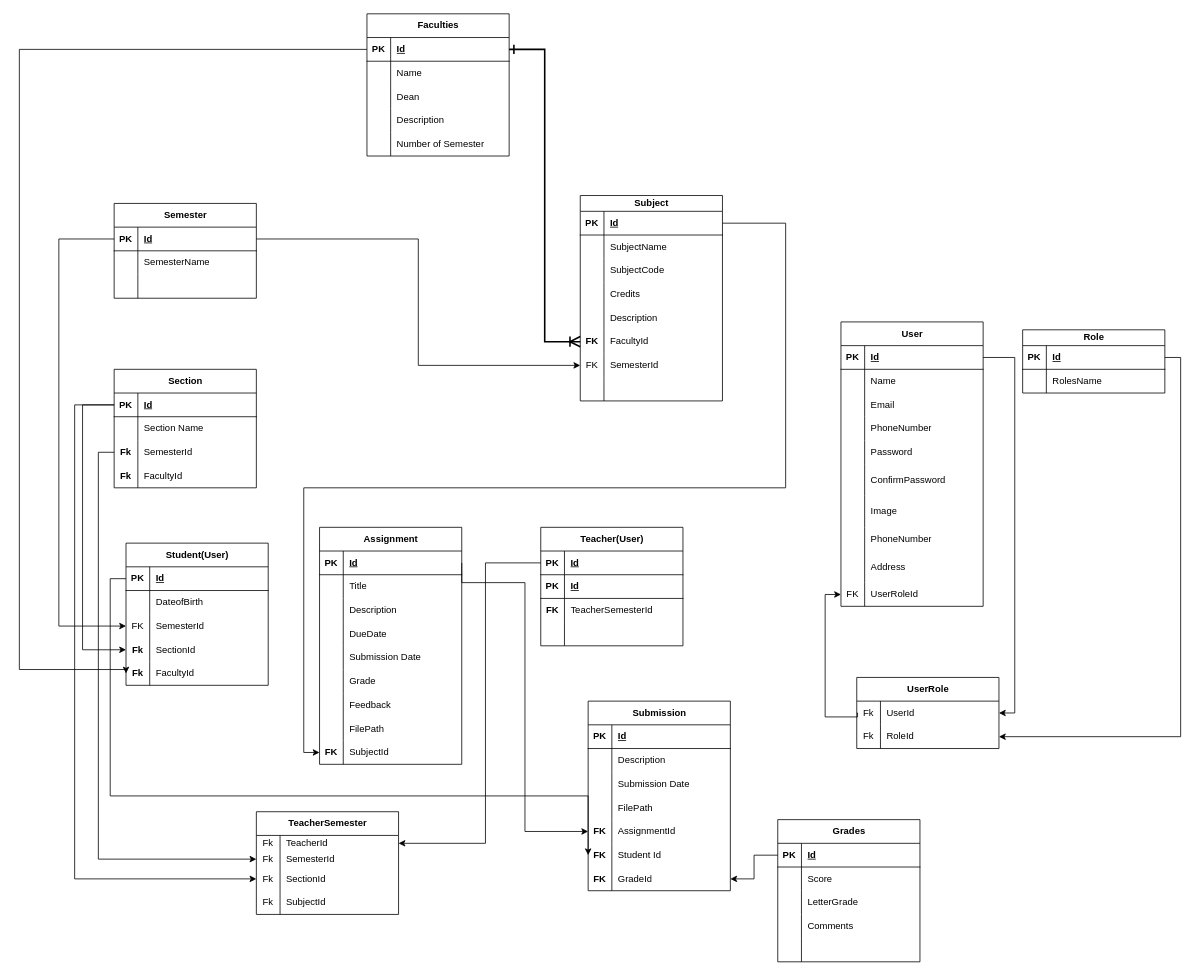
The draw.io diagram Untitled Diagram.drawio in Prakriti4/DotNetMVC, before the edit. Source tidied: cells renumbered, new cells numbered last; positions are measured from the earlier drawing's top-left corner, leaving out a move shared by most shapes. Both pictures are drawn from the tidied source at 79%, with x=0, y=0 at pixel (19, 13).
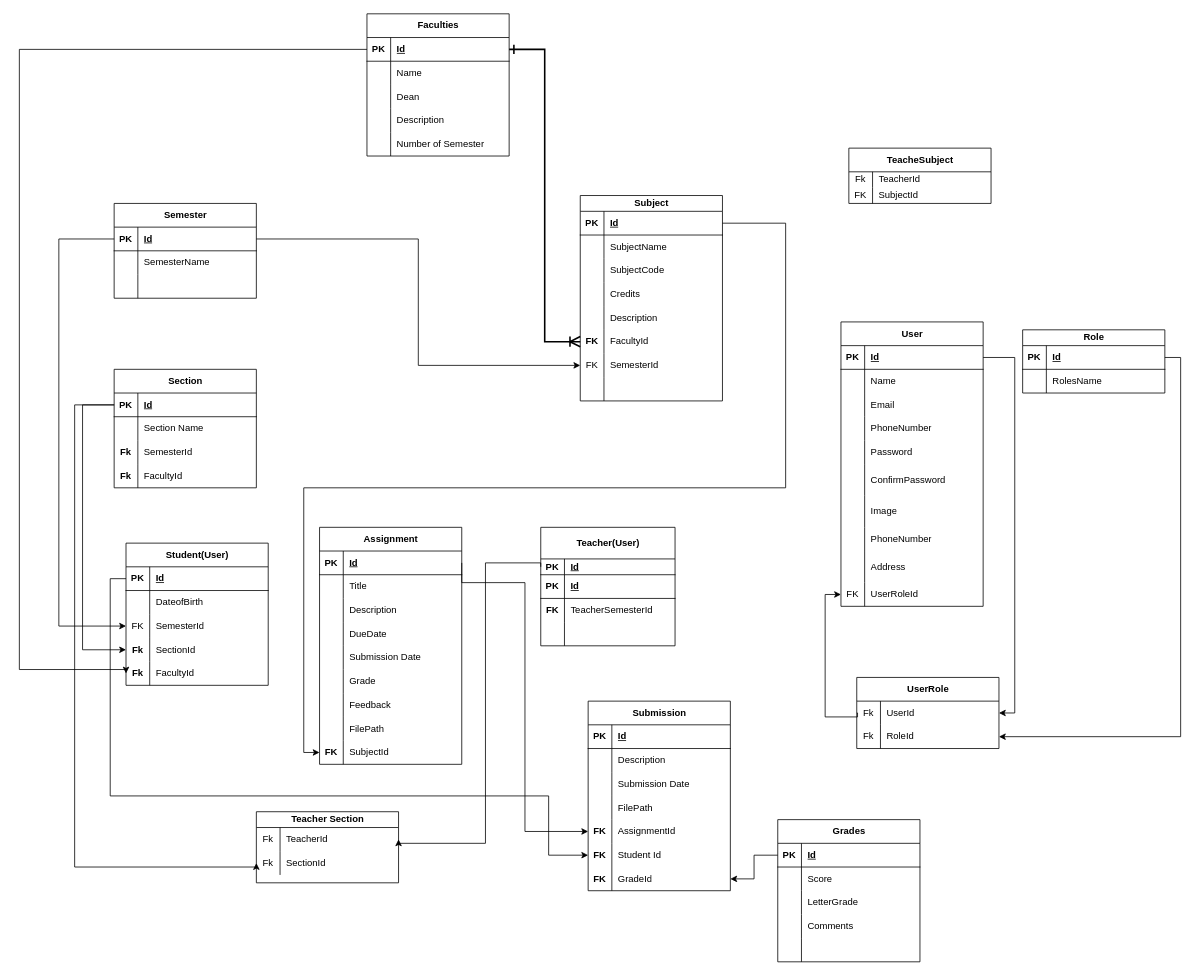
The same diagram, later.

Unchanged cells that the change refers to:
```xml
<mxCell id="44" style="shape=tableRow;horizontal=0;startSize=0;swimlaneHead=0;swimlaneBody=0;fillColor=none;points=[[0,0.5],[1,0.5]];portConstraint=eastwest;top=0;left=0;right=0;bottom=1;" parent="43" vertex="1">
  <mxGeometry y="30" width="180" height="30" as="geometry" />
</mxCell>
<mxCell id="86" style="shape=tableRow;horizontal=0;startSize=0;swimlaneHead=0;swimlaneBody=0;fillColor=none;points=[[0,0.5],[1,0.5]];portConstraint=eastwest;top=0;left=0;right=0;bottom=1;" parent="85" vertex="1">
  <mxGeometry y="30" width="180" height="30" as="geometry" />
</mxCell>
<mxCell id="92" style="shape=tableRow;horizontal=0;startSize=0;swimlaneHead=0;swimlaneBody=0;fillColor=none;points=[[0,0.5],[1,0.5]];portConstraint=eastwest;top=0;left=0;right=0;bottom=0;" parent="85" vertex="1">
  <mxGeometry y="90" width="180" height="30" as="geometry" />
</mxCell>
<mxCell id="209" style="shape=tableRow;horizontal=0;startSize=0;swimlaneHead=0;swimlaneBody=0;fillColor=none;points=[[0,0.5],[1,0.5]];portConstraint=eastwest;top=0;left=0;right=0;bottom=0;" parent="193" vertex="1">
  <mxGeometry y="180" width="180" height="30" as="geometry" />
</mxCell>
```

What changed in the source:
```diff
@@
-    <mxCell id="30" value="Teacher(User)" style="shape=table;startSize=30;childLayout=tableLayout;rowLines=0;fontStyle=1;align=center;html=1;" parent="1" vertex="1">
-      <mxGeometry x="660" y="650" width="180" height="150" as="geometry" />
+    <mxCell id="30" value="Teacher(User)" style="shape=table;startSize=40;childLayout=tableLayout;rowLines=0;fontStyle=1;align=center;html=1;" parent="1" vertex="1">
+      <mxGeometry x="660" y="650" width="170" height="150" as="geometry" />
     </mxCell>
     <mxCell id="31" style="shape=tableRow;horizontal=0;startSize=0;swimlaneHead=0;swimlaneBody=0;fillColor=none;points=[[0,0.5],[1,0.5]];portConstraint=eastwest;top=0;left=0;right=0;bottom=1;" parent="30" vertex="1">
-      <mxGeometry y="30" width="180" height="30" as="geometry" />
+      <mxGeometry y="40" width="170" height="20" as="geometry" />
     </mxCell>
     <mxCell id="32" value="PK" style="shape=partialRectangle;fillColor=none;top=0;left=0;bottom=0;right=0;fontStyle=1;overflow=hidden;whiteSpace=wrap;html=1;" parent="31" vertex="1">
-      <mxGeometry width="30" height="30" as="geometry" />
+      <mxGeometry width="30" height="20" as="geometry" />
     </mxCell>
     <mxCell id="33" value="Id" style="shape=partialRectangle;fillColor=none;top=0;left=0;bottom=0;right=0;align=left;spacingLeft=6;fontStyle=5;overflow=hidden;whiteSpace=wrap;html=1;" parent="31" vertex="1">
-      <mxGeometry x="30" width="150" height="30" as="geometry" />
+      <mxGeometry x="30" width="140" height="20" as="geometry" />
     </mxCell>
     <mxCell id="34" style="shape=tableRow;horizontal=0;startSize=0;swimlaneHead=0;swimlaneBody=0;fillColor=none;top=0;left=0;right=0;bottom=1;" parent="30" vertex="1">
-      <mxGeometry y="60" width="180" height="30" as="geometry" />
+      <mxGeometry y="60" width="170" height="30" as="geometry" />
     </mxCell>
@@
     <mxCell id="36" value="Id" style="shape=partialRectangle;fillColor=none;top=0;left=0;bottom=0;right=0;align=left;spacingLeft=6;fontStyle=5;overflow=hidden;whiteSpace=wrap;html=1;" parent="34" vertex="1">
-      <mxGeometry x="30" width="150" height="30" as="geometry" />
+      <mxGeometry x="30" width="140" height="30" as="geometry" />
     </mxCell>
     <mxCell id="37" style="shape=tableRow;horizontal=0;startSize=0;swimlaneHead=0;swimlaneBody=0;fillColor=none;top=0;left=0;right=0;bottom=0;" parent="30" vertex="1">
-      <mxGeometry y="90" width="180" height="30" as="geometry" />
+      <mxGeometry y="90" width="170" height="30" as="geometry" />
     </mxCell>
@@
     <mxCell id="39" value="TeacherSemesterId" style="shape=partialRectangle;fillColor=none;top=0;left=0;bottom=0;right=0;align=left;spacingLeft=6;overflow=hidden;whiteSpace=wrap;html=1;" parent="37" vertex="1">
-      <mxGeometry x="30" width="150" height="30" as="geometry" />
+      <mxGeometry x="30" width="140" height="30" as="geometry" />
     </mxCell>
     <mxCell id="40" style="shape=tableRow;horizontal=0;startSize=0;swimlaneHead=0;swimlaneBody=0;fillColor=none;top=0;left=0;right=0;bottom=0;" parent="30" vertex="1">
-      <mxGeometry y="120" width="180" height="30" as="geometry" />
+      <mxGeometry y="120" width="170" height="30" as="geometry" />
     </mxCell>
@@
     <mxCell id="42" style="shape=partialRectangle;fillColor=none;top=0;left=0;bottom=0;right=0;align=left;spacingLeft=6;overflow=hidden;whiteSpace=wrap;html=1;" parent="40" vertex="1">
-      <mxGeometry x="30" width="150" height="30" as="geometry" />
+      <mxGeometry x="30" width="140" height="30" as="geometry" />
     </mxCell>
@@
-    <mxCell id="171" value="TeacherSemester" style="shape=table;startSize=30;childLayout=tableLayout;rowLines=0;fontStyle=1;align=center;html=1;" parent="1" vertex="1">
-      <mxGeometry x="300" y="1010" width="180" height="130" as="geometry" />
+    <mxCell id="171" value="Teacher Section" style="shape=table;startSize=20;childLayout=tableLayout;rowLines=0;fontStyle=1;align=center;html=1;" parent="1" vertex="1">
+      <mxGeometry x="300" y="1010" width="180" height="90" as="geometry" />
     </mxCell>
     <mxCell id="172" style="shape=tableRow;horizontal=0;startSize=0;swimlaneHead=0;swimlaneBody=0;fillColor=none;points=[[0,0.5],[1,0.5]];portConstraint=eastwest;top=0;left=0;right=0;bottom=0;" parent="171" vertex="1">
-      <mxGeometry y="30" width="180" height="20" as="geometry" />
+      <mxGeometry y="20" width="180" height="30" as="geometry" />
     </mxCell>
     <mxCell id="173" value="Fk" style="shape=partialRectangle;fillColor=none;top=0;left=0;bottom=0;right=0;overflow=hidden;whiteSpace=wrap;html=1;" parent="172" vertex="1">
-      <mxGeometry width="30" height="20" as="geometry" />
+      <mxGeometry width="30" height="30" as="geometry" />
     </mxCell>
     <mxCell id="174" value="TeacherId" style="shape=partialRectangle;fillColor=none;top=0;left=0;bottom=0;right=0;align=left;spacingLeft=6;overflow=hidden;whiteSpace=wrap;html=1;" parent="172" vertex="1">
-      <mxGeometry x="30" width="150" height="20" as="geometry" />
+      <mxGeometry x="30" width="150" height="30" as="geometry" />
     </mxCell>
-    <mxCell id="175" style="shape=tableRow;horizontal=0;startSize=0;swimlaneHead=0;swimlaneBody=0;fillColor=none;points=[[0,0.5],[1,0.5]];portConstraint=eastwest;top=0;left=0;right=0;bottom=0;" parent="171" vertex="1">
-      <mxGeometry y="50" width="180" height="20" as="geometry" />
-    </mxCell>
-    <mxCell id="176" value="Fk" style="shape=partialRectangle;fillColor=none;top=0;left=0;bottom=0;right=0;overflow=hidden;whiteSpace=wrap;html=1;" parent="175" vertex="1">
-      <mxGeometry width="30" height="20" as="geometry" />
-    </mxCell>
-    <mxCell id="177" value="SemesterId" style="shape=partialRectangle;fillColor=none;top=0;left=0;bottom=0;right=0;align=left;spacingLeft=6;overflow=hidden;whiteSpace=wrap;html=1;" parent="175" vertex="1">
-      <mxGeometry x="30" width="150" height="20" as="geometry" />
-    </mxCell>
     <mxCell id="178" style="shape=tableRow;horizontal=0;startSize=0;swimlaneHead=0;swimlaneBody=0;fillColor=none;points=[[0,0.5],[1,0.5]];portConstraint=eastwest;top=0;left=0;right=0;bottom=0;" parent="171" vertex="1">
-      <mxGeometry y="70" width="180" height="30" as="geometry" />
+      <mxGeometry y="50" width="180" height="30" as="geometry" />
     </mxCell>
@@
-    <mxCell id="181" style="shape=tableRow;horizontal=0;startSize=0;swimlaneHead=0;swimlaneBody=0;fillColor=none;top=0;left=0;right=0;bottom=0;" parent="171" vertex="1">
-      <mxGeometry y="100" width="180" height="30" as="geometry" />
-    </mxCell>
-    <mxCell id="182" value="Fk" style="shape=partialRectangle;fillColor=none;top=0;left=0;bottom=0;right=0;overflow=hidden;whiteSpace=wrap;html=1;" parent="181" vertex="1">
-      <mxGeometry width="30" height="30" as="geometry" />
-    </mxCell>
-    <mxCell id="183" value="SubjectId" style="shape=partialRectangle;fillColor=none;top=0;left=0;bottom=0;right=0;align=left;spacingLeft=6;overflow=hidden;whiteSpace=wrap;html=1;" parent="181" vertex="1">
-      <mxGeometry x="30" width="150" height="30" as="geometry" />
-    </mxCell>
-    <mxCell id="184" style="edgeStyle=orthogonalEdgeStyle;rounded=0;jettySize=auto;html=1;exitX=0;exitY=0.5;exitDx=0;exitDy=0;entryX=0;entryY=0.5;entryDx=0;entryDy=0;" parent="1" edge="1" source="92" target="175">
-      <mxGeometry relative="1" as="geometry" />
-    </mxCell>
@@
     <mxCell id="188" style="edgeStyle=orthogonalEdgeStyle;rounded=0;jettySize=auto;html=1;exitX=0;exitY=0.5;exitDx=0;exitDy=0;entryX=0;entryY=0.5;entryDx=0;entryDy=0;" parent="1" edge="1" source="86" target="178">
       <mxGeometry relative="1" as="geometry">
         <Array as="points">
           <mxPoint x="70" y="495" />
-          <mxPoint x="70" y="1095" />
+          <mxPoint x="70" y="1080" />
+          <mxPoint x="300" y="1080" />
         </Array>
       </mxGeometry>
     </mxCell>
@@
     <mxCell id="232" style="edgeStyle=orthogonalEdgeStyle;rounded=0;jettySize=auto;html=1;exitX=0;exitY=0.5;exitDx=0;exitDy=0;entryX=0;entryY=0.5;entryDx=0;entryDy=0;" parent="1" edge="1" source="44" target="209">
       <mxGeometry relative="1" as="geometry">
         <Array as="points">
           <mxPoint x="115" y="715" />
           <mxPoint x="115" y="990" />
-          <mxPoint x="720" y="990" />
+          <mxPoint x="670" y="990" />
+          <mxPoint x="670" y="1065" />
         </Array>
       </mxGeometry>
     </mxCell>
@@
+    <mxCell id="234" value="TeacheSubject" style="shape=table;startSize=30;childLayout=tableLayout;rowLines=0;fontStyle=1;align=center;html=1;" parent="1" vertex="1">
+      <mxGeometry x="1050" y="170" width="180" height="70" as="geometry" />
+    </mxCell>
+    <mxCell id="235" style="shape=tableRow;horizontal=0;startSize=0;swimlaneHead=0;swimlaneBody=0;fillColor=none;top=0;left=0;right=0;bottom=0;" parent="234" vertex="1">
+      <mxGeometry y="30" width="180" height="20" as="geometry" />
+    </mxCell>
+    <mxCell id="176" value="Fk" style="shape=partialRectangle;fillColor=none;top=0;left=0;bottom=0;right=0;overflow=hidden;whiteSpace=wrap;html=1;" parent="235" vertex="1">
+      <mxGeometry width="30" height="20" as="geometry" />
+    </mxCell>
+    <mxCell id="236" value="TeacherId" style="shape=partialRectangle;fillColor=none;top=0;left=0;bottom=0;right=0;align=left;spacingLeft=6;overflow=hidden;whiteSpace=wrap;html=1;" parent="235" vertex="1">
+      <mxGeometry x="30" width="150" height="20" as="geometry" />
+    </mxCell>
+    <mxCell id="175" style="shape=tableRow;horizontal=0;startSize=0;swimlaneHead=0;swimlaneBody=0;fillColor=none;points=[[0,0.5],[1,0.5]];portConstraint=eastwest;top=0;left=0;right=0;bottom=0;" parent="234" vertex="1">
+      <mxGeometry y="50" width="180" height="20" as="geometry" />
+    </mxCell>
+    <mxCell id="237" value="FK" style="shape=partialRectangle;fillColor=none;top=0;left=0;bottom=0;right=0;overflow=hidden;whiteSpace=wrap;html=1;" parent="175" vertex="1">
+      <mxGeometry width="30" height="20" as="geometry" />
+    </mxCell>
+    <mxCell id="183" value="SubjectId" style="shape=partialRectangle;fillColor=none;top=0;left=0;bottom=0;right=0;align=left;spacingLeft=6;overflow=hidden;whiteSpace=wrap;html=1;" parent="175" vertex="1">
+      <mxGeometry x="30" width="150" height="20" as="geometry" />
+    </mxCell>
```
